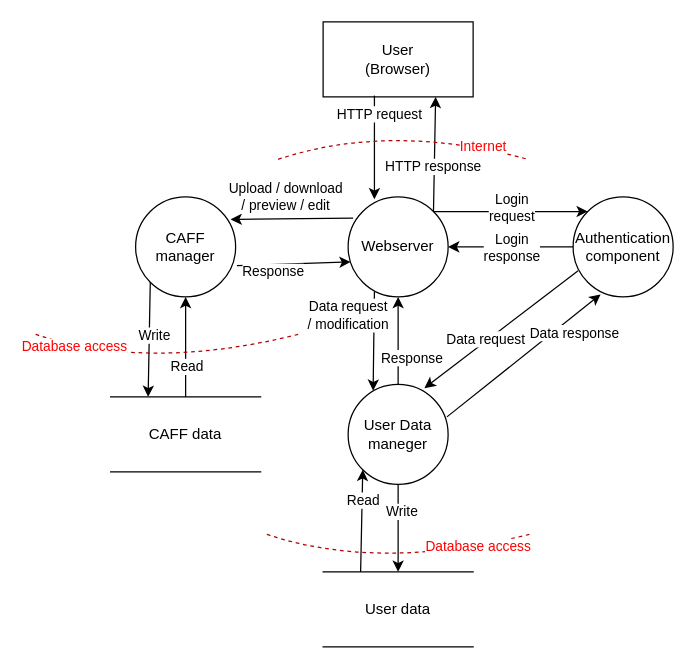
The draw.io diagram folyamatábra.drawio in Mradvanyi123/Szbizt-Segmentation-Fault-Group, before the edit. Source tidied: cells renumbered, new cells numbered last; positions are measured from the earlier drawing's top-left corner, leaving out a move shared by most shapes. Both pictures are drawn from the tidied source at 125%, with x=0, y=0 at pixel (35, 21).
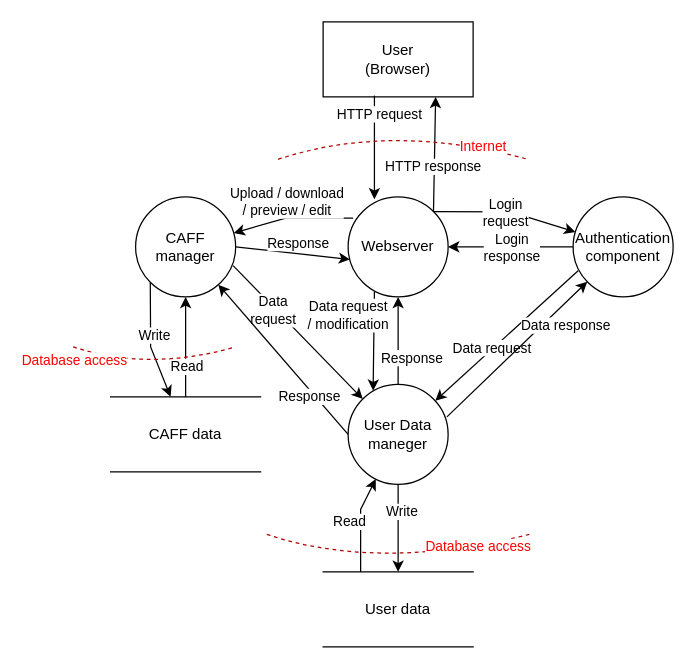
The same page after the edit.

The change refers to these unchanged cells:
```xml
<mxCell id="2" value="Webserver" style="ellipse;whiteSpace=wrap;html=1;" parent="1" vertex="1">
  <mxGeometry x="250" y="140" width="80" height="80" as="geometry" />
</mxCell>
<mxCell id="4" value="Authentication&lt;br&gt;component" style="ellipse;whiteSpace=wrap;html=1;" parent="1" vertex="1">
  <mxGeometry x="430" y="140" width="80" height="80" as="geometry" />
</mxCell>
<mxCell id="5" value="CAFF&lt;br&gt;manager" style="ellipse;whiteSpace=wrap;html=1;" parent="1" vertex="1">
  <mxGeometry x="80" y="140" width="80" height="80" as="geometry" />
</mxCell>
<mxCell id="6" value="User Data&lt;br&gt;maneger" style="ellipse;whiteSpace=wrap;html=1;" parent="1" vertex="1">
  <mxGeometry x="250" y="290" width="80" height="80" as="geometry" />
</mxCell>
<mxCell id="23" value="User data" style="shape=partialRectangle;whiteSpace=wrap;html=1;left=0;right=0;fillColor=none;" parent="1" vertex="1">
  <mxGeometry x="230" y="440" width="120" height="60" as="geometry" />
</mxCell>
<mxCell id="24" value="CAFF data" style="shape=partialRectangle;whiteSpace=wrap;html=1;left=0;right=0;fillColor=none;" parent="1" vertex="1">
  <mxGeometry x="60" y="300" width="120" height="60" as="geometry" />
</mxCell>
```

Change to the diagram source:
```diff
@@
-    <mxCell id="7" style="endArrow=classic;html=1;rounded=0;exitX=1;exitY=0;exitDx=0;exitDy=0;entryX=0;entryY=0;entryDx=0;entryDy=0;" parent="1" edge="1" source="2" target="4">
-      <mxGeometry relative="1" as="geometry" />
+    <mxCell id="7" style="endArrow=classic;html=1;rounded=0;exitX=1;exitY=0;exitDx=0;exitDy=0;" parent="1" edge="1" source="2" target="4">
+      <mxGeometry relative="1" as="geometry">
+        <Array as="points">
+          <mxPoint x="380" y="152" />
+        </Array>
+      </mxGeometry>
     </mxCell>
@@
-    <mxCell id="9" style="endArrow=classic;html=1;rounded=0;exitX=0;exitY=0.5;exitDx=0;exitDy=0;entryX=1;entryY=0.5;entryDx=0;entryDy=0;" parent="1" edge="1" source="4" target="2">
+    <mxCell id="9" style="endArrow=classic;html=1;rounded=0;exitX=0;exitY=0.5;exitDx=0;exitDy=0;" parent="1" edge="1" source="4" target="2">
       <mxGeometry relative="1" as="geometry" />
     </mxCell>
@@
-    <mxCell id="11" style="endArrow=classic;html=1;rounded=0;exitX=0.05;exitY=0.738;exitDx=0;exitDy=0;exitPerimeter=0;entryX=0.763;entryY=0.038;entryDx=0;entryDy=0;entryPerimeter=0;" parent="1" edge="1" source="4" target="6">
+    <mxCell id="11" style="endArrow=classic;html=1;rounded=0;exitX=0.05;exitY=0.738;exitDx=0;exitDy=0;exitPerimeter=0;" parent="1" edge="1" source="4" target="6">
       <mxGeometry relative="1" as="geometry" />
     </mxCell>
@@
-    <mxCell id="13" style="endArrow=classic;html=1;rounded=0;exitX=0.988;exitY=0.325;exitDx=0;exitDy=0;exitPerimeter=0;entryX=0.275;entryY=0.975;entryDx=0;entryDy=0;entryPerimeter=0;" parent="1" edge="1" source="6" target="4">
+    <mxCell id="13" style="endArrow=classic;html=1;rounded=0;exitX=0.988;exitY=0.325;exitDx=0;exitDy=0;exitPerimeter=0;" parent="1" edge="1" source="6" target="4">
       <mxGeometry relative="1" as="geometry" />
     </mxCell>
@@
-    <mxCell id="19" style="endArrow=classic;html=1;rounded=0;exitX=0.05;exitY=0.213;exitDx=0;exitDy=0;exitPerimeter=0;entryX=0.95;entryY=0.225;entryDx=0;entryDy=0;entryPerimeter=0;" parent="1" edge="1" source="2" target="5">
-      <mxGeometry relative="1" as="geometry" />
+    <mxCell id="19" style="endArrow=classic;html=1;rounded=0;exitX=0.05;exitY=0.213;exitDx=0;exitDy=0;exitPerimeter=0;" parent="1" edge="1" source="2" target="5">
+      <mxGeometry relative="1" as="geometry">
+        <Array as="points">
+          <mxPoint x="200" y="157" />
+        </Array>
+      </mxGeometry>
     </mxCell>
@@
-    <mxCell id="21" style="endArrow=classic;html=1;rounded=0;exitX=1.013;exitY=0.688;exitDx=0;exitDy=0;exitPerimeter=0;entryX=0.025;entryY=0.65;entryDx=0;entryDy=0;entryPerimeter=0;" parent="1" edge="1" source="5" target="2">
-      <mxGeometry relative="1" as="geometry" />
+    <mxCell id="21" style="endArrow=classic;html=1;rounded=0;exitX=1;exitY=0.5;exitDx=0;exitDy=0;" parent="1" edge="1" source="5">
+      <mxGeometry relative="1" as="geometry">
+        <mxPoint x="251.5" y="190" as="targetPoint" />
+      </mxGeometry>
     </mxCell>
     <mxCell id="22" value="Response" style="edgeLabel;html=1;align=center;verticalAlign=middle;" parent="21" vertex="1">
       <mxGeometry x="-0.65" y="1" relative="1" as="geometry">
-        <mxPoint x="13" y="6" as="offset" />
+        <mxPoint x="33" y="-4" as="offset" />
       </mxGeometry>
     </mxCell>
@@
-    <mxCell id="25" style="endArrow=classic;html=1;rounded=0;entryX=0.25;entryY=0;entryDx=0;entryDy=0;exitX=0;exitY=1;exitDx=0;exitDy=0;" parent="1" edge="1" source="5" target="24">
-      <mxGeometry relative="1" as="geometry" />
+    <mxCell id="25" style="endArrow=classic;html=1;rounded=0;exitX=0;exitY=1;exitDx=0;exitDy=0;" parent="1" edge="1" source="5" target="24">
+      <mxGeometry relative="1" as="geometry">
+        <Array as="points">
+          <mxPoint x="92" y="260" />
+        </Array>
+      </mxGeometry>
     </mxCell>
@@
-    <mxCell id="27" style="endArrow=classic;html=1;rounded=0;exitX=0.5;exitY=0;exitDx=0;exitDy=0;entryX=0.5;entryY=1;entryDx=0;entryDy=0;" parent="1" edge="1" source="24" target="5">
+    <mxCell id="27" style="endArrow=classic;html=1;rounded=0;exitX=0.5;exitY=0;exitDx=0;exitDy=0;" parent="1" edge="1" source="24" target="5">
       <mxGeometry relative="1" as="geometry">
         <Array as="points">
           <mxPoint x="120" y="250" />
         </Array>
       </mxGeometry>
     </mxCell>
@@
-    <mxCell id="29" style="endArrow=classic;html=1;rounded=0;exitX=0.25;exitY=0;exitDx=0;exitDy=0;entryX=0;entryY=1;entryDx=0;entryDy=0;" parent="1" edge="1" source="23" target="6">
-      <mxGeometry relative="1" as="geometry" />
+    <mxCell id="29" style="endArrow=classic;html=1;rounded=0;exitX=0.25;exitY=0;exitDx=0;exitDy=0;" parent="1" edge="1" source="23" target="6">
+      <mxGeometry relative="1" as="geometry">
+        <Array as="points">
+          <mxPoint x="260" y="390" />
+        </Array>
+      </mxGeometry>
     </mxCell>
     <mxCell id="30" value="Read" style="edgeLabel;html=1;align=center;verticalAlign=middle;" parent="29" vertex="1">
-      <mxGeometry x="0.43" relative="1" as="geometry" />
+      <mxGeometry x="0.43" relative="1" as="geometry">
+        <mxPoint x="-12" y="14" as="offset" />
+      </mxGeometry>
     </mxCell>
-    <mxCell id="31" style="endArrow=classic;html=1;rounded=0;exitX=0.5;exitY=1;exitDx=0;exitDy=0;entryX=0.5;entryY=0;entryDx=0;entryDy=0;" parent="1" edge="1" source="6" target="23">
+    <mxCell id="31" style="endArrow=classic;html=1;rounded=0;exitX=0.5;exitY=1;exitDx=0;exitDy=0;" parent="1" edge="1" source="6" target="23">
       <mxGeometry relative="1" as="geometry" />
     </mxCell>
@@
     <mxCell id="41" style="curved=1;endArrow=none;html=1;rounded=0;dashed=1;fontColor=#FF0000;fillColor=#e51400;strokeColor=#B20000;endFill=0;" parent="1" edge="1">
       <mxGeometry relative="1" as="geometry">
-        <mxPoint y="250" as="sourcePoint" />
-        <mxPoint x="210" y="250" as="targetPoint" />
+        <mxPoint x="30" y="260" as="sourcePoint" />
+        <mxPoint x="160" y="260" as="targetPoint" />
         <Array as="points">
           <mxPoint x="90" y="280" />
         </Array>
       </mxGeometry>
     </mxCell>
     <mxCell id="42" value="Database access" style="edgeLabel;html=1;align=center;verticalAlign=middle;fontColor=#FF0000;" parent="41" vertex="1">
       <mxGeometry x="0.61" y="1" relative="1" as="geometry">
-        <mxPoint x="-138" as="offset" />
+        <mxPoint x="-104" y="4" as="offset" />
       </mxGeometry>
     </mxCell>
+    <mxCell id="43" style="endArrow=classic;html=1;rounded=0;fontColor=#FF0000;exitX=0.975;exitY=0.688;exitDx=0;exitDy=0;exitPerimeter=0;entryX=0;entryY=0;entryDx=0;entryDy=0;" parent="1" edge="1" source="5" target="6">
+      <mxGeometry relative="1" as="geometry" />
+    </mxCell>
+    <mxCell id="44" value="&lt;font color=&quot;#000000&quot;&gt;Data &lt;br&gt;request&lt;/font&gt;" style="edgeLabel;html=1;align=center;verticalAlign=middle;fontColor=#FF0000;" parent="43" vertex="1">
+      <mxGeometry x="-0.29" relative="1" as="geometry">
+        <mxPoint x="-5" y="-3" as="offset" />
+      </mxGeometry>
+    </mxCell>
+    <mxCell id="45" style="endArrow=classic;html=1;rounded=0;fontColor=#FF0000;exitX=0;exitY=0.5;exitDx=0;exitDy=0;" parent="1" edge="1" source="6" target="5">
+      <mxGeometry relative="1" as="geometry" />
+    </mxCell>
+    <mxCell id="46" value="Response" style="edgeLabel;html=1;align=center;verticalAlign=middle;fontColor=#000000;" parent="45" vertex="1">
+      <mxGeometry x="-0.45" y="4" relative="1" as="geometry" />
+    </mxCell>
```
